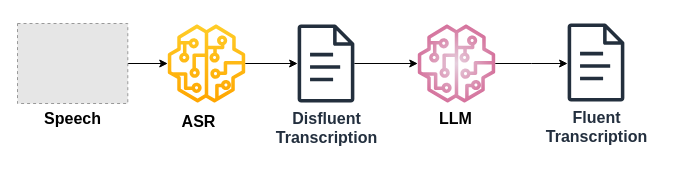
Earlier version of the draw.io diagram speech_to_speech.drawio (babangain/drawio). Source tidied: cells renumbered, new cells numbered last; positions are measured from the earlier drawing's top-left corner, leaving out a move shared by most shapes. Both pictures are drawn from the tidied source at 100%, with x=0, y=0 at pixel (17, 23). Pictures stored in the file or linked from it are replaced by grey dashed boxes.
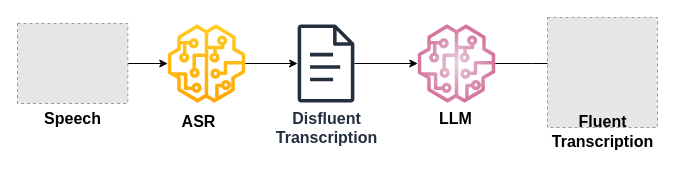
Above is the later version.

Change to the diagram source:
```diff
@@
 <mxGraphModel>
   <root>
     <mxCell id="0" />
     <mxCell id="1" parent="0" />
     <mxCell id="2" style="edgeStyle=orthogonalEdgeStyle;rounded=0;jettySize=auto;html=1;" parent="1" edge="1" source="3" target="5">
       <mxGeometry relative="1" as="geometry" />
     </mxCell>
     <mxCell id="3" style="fillColor=#E6E6E6;strokeColor=#999999;dashed=1;verticalLabelPosition=bottom;labelBackgroundColor=default;verticalAlign=top;" parent="1" vertex="1">
       <mxGeometry width="110.3" height="80" as="geometry" />
     </mxCell>
     <mxCell id="4" style="edgeStyle=orthogonalEdgeStyle;rounded=0;jettySize=auto;html=1;" parent="1" edge="1" source="5" target="7">
       <mxGeometry relative="1" as="geometry" />
     </mxCell>
     <mxCell id="5" style="sketch=0;outlineConnect=0;gradientColor=#ffa500;fillColor=#ffcd28;strokeColor=#d79b00;dashed=0;verticalLabelPosition=bottom;verticalAlign=top;align=center;html=1;fontSize=12;fontStyle=0;shape=mxgraph.aws4.sagemaker_model;" parent="1" vertex="1">
       <mxGeometry x="150" y="1" width="78" height="78" as="geometry" />
     </mxCell>
     <mxCell id="6" style="edgeStyle=orthogonalEdgeStyle;rounded=0;jettySize=auto;html=1;" parent="1" edge="1" source="7" target="11">
       <mxGeometry relative="1" as="geometry" />
     </mxCell>
     <mxCell id="7" value="&lt;div&gt;&lt;b&gt;&lt;font face=&quot;Helvetica&quot; style=&quot;font-size: 16px;&quot;&gt;Disfluent&lt;/font&gt;&lt;/b&gt;&lt;/div&gt;&lt;div&gt;&lt;b&gt;&lt;font face=&quot;Helvetica&quot; style=&quot;font-size: 16px;&quot;&gt;Transcription&lt;/font&gt;&lt;/b&gt;&lt;/div&gt;" style="sketch=0;outlineConnect=0;fontColor=#232F3E;gradientColor=none;fillColor=#232F3D;strokeColor=none;dashed=0;verticalLabelPosition=bottom;verticalAlign=top;align=center;html=1;fontSize=12;fontStyle=0;shape=mxgraph.aws4.document;" parent="1" vertex="1">
       <mxGeometry x="280" y="1" width="57" height="78" as="geometry" />
     </mxCell>
     <mxCell id="8" value="&lt;div&gt;&lt;font style=&quot;font-size: 16px;&quot;&gt;&lt;b&gt;Speech&lt;/b&gt;&lt;/font&gt;&lt;/div&gt;" style="text;html=1;align=center;verticalAlign=middle;strokeColor=none;fillColor=none;" parent="1" vertex="1">
       <mxGeometry x="15.1" y="80" width="80" height="30" as="geometry" />
     </mxCell>
     <mxCell id="9" value="&lt;font style=&quot;font-size: 16px;&quot;&gt;&lt;b&gt;ASR&lt;/b&gt;&lt;/font&gt;" style="text;html=1;align=center;verticalAlign=middle;strokeColor=none;fillColor=none;" parent="1" vertex="1">
       <mxGeometry x="151" y="83" width="60" height="30" as="geometry" />
     </mxCell>
     <mxCell id="10" style="edgeStyle=orthogonalEdgeStyle;rounded=0;jettySize=auto;html=1;" parent="1" edge="1" source="11">
       <mxGeometry relative="1" as="geometry">
         <mxPoint x="550.1" y="40" as="targetPoint" />
       </mxGeometry>
     </mxCell>
     <mxCell id="11" style="sketch=0;outlineConnect=0;gradientColor=#d5739d;fillColor=#e6d0de;strokeColor=default;dashed=0;verticalLabelPosition=bottom;verticalAlign=top;align=center;html=1;fontSize=12;fontStyle=0;shape=mxgraph.aws4.sagemaker_model;gradientDirection=radial;" parent="1" vertex="1">
       <mxGeometry x="400" y="1" width="78" height="78" as="geometry" />
     </mxCell>
     <mxCell id="12" value="&lt;b&gt;&lt;font style=&quot;font-size: 16px;&quot;&gt;LLM&lt;/font&gt;&lt;/b&gt;" style="text;html=1;align=center;verticalAlign=middle;strokeColor=none;fillColor=none;" parent="1" vertex="1">
       <mxGeometry x="408" y="80" width="60" height="30" as="geometry" />
     </mxCell>
+    <mxCell id="14" style="fillColor=#E6E6E6;strokeColor=#999999;dashed=1;verticalLabelPosition=bottom;labelBackgroundColor=default;verticalAlign=top;" parent="1" vertex="1">
+      <mxGeometry x="530" y="-6" width="110" height="110" as="geometry" />
+    </mxCell>
-    <mxCell id="13" value="&lt;div&gt;&lt;b&gt;&lt;font face=&quot;Helvetica&quot; style=&quot;font-size: 16px;&quot;&gt;Fluent&lt;/font&gt;&lt;/b&gt;&lt;/div&gt;&lt;div&gt;&lt;b&gt;&lt;font face=&quot;Helvetica&quot; style=&quot;font-size: 16px;&quot;&gt;Transcription&lt;/font&gt;&lt;/b&gt;&lt;/div&gt;" style="sketch=0;fontColor=#232F3E;gradientColor=none;fillColor=#232F3D;strokeColor=none;dashed=0;verticalLabelPosition=bottom;verticalAlign=top;align=center;html=1;fontSize=12;fontStyle=0;shape=mxgraph.aws4.document;" parent="1" vertex="1">
-      <mxGeometry x="550" width="57" height="78" as="geometry" />
+    <mxCell id="13" value="&lt;div&gt;&lt;b&gt;&lt;font style=&quot;font-size: 16px;&quot;&gt;Fluent&lt;/font&gt;&lt;/b&gt;&lt;/div&gt;&lt;div&gt;&lt;b&gt;&lt;font style=&quot;font-size: 16px;&quot;&gt;Transcription&lt;/font&gt;&lt;/b&gt;&lt;/div&gt;" style="text;html=1;align=center;verticalAlign=middle;strokeColor=none;fillColor=none;" parent="1" vertex="1">
+      <mxGeometry x="520" y="83" width="130" height="50" as="geometry" />
     </mxCell>
   </root>
 </mxGraphModel>
```
